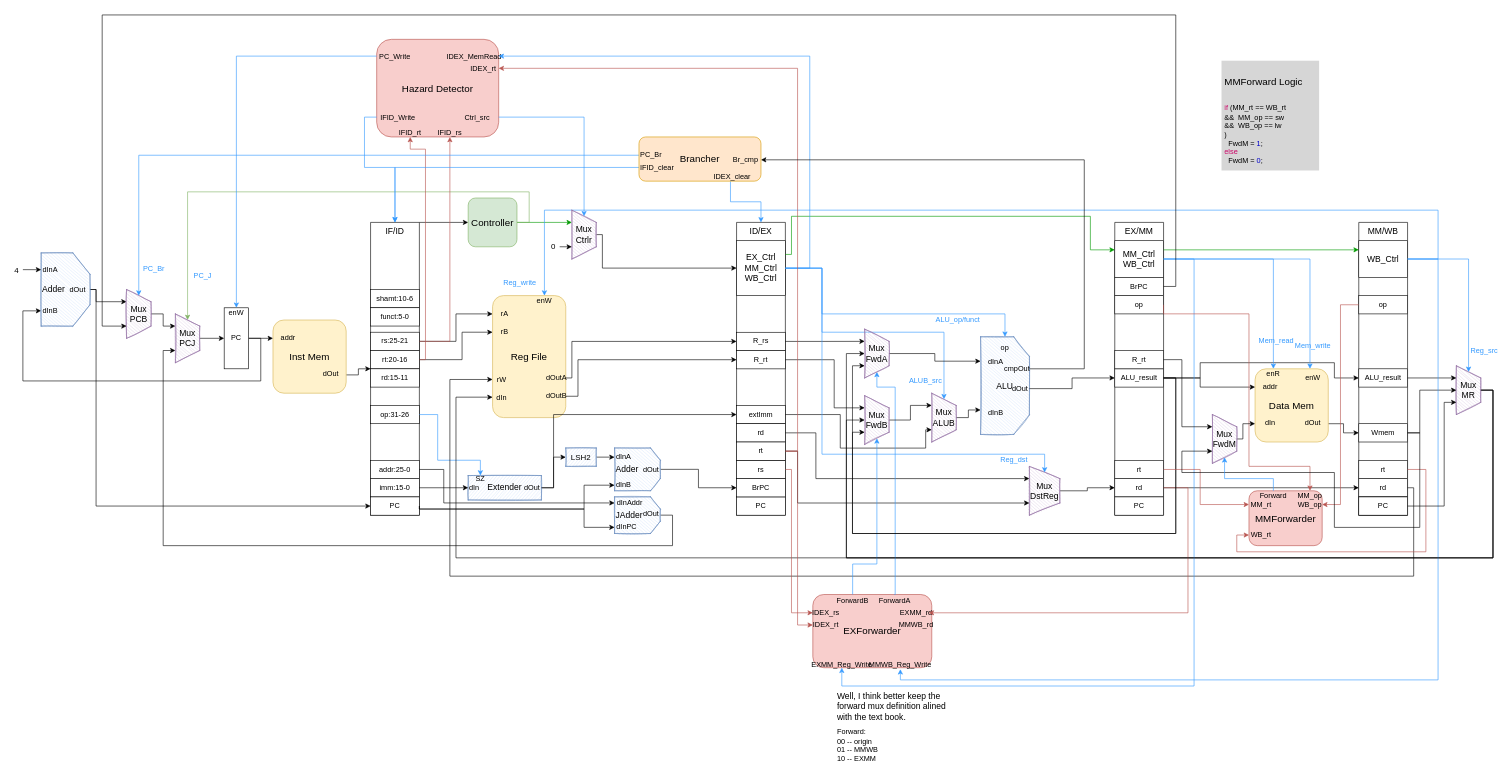
The draw.io diagram page "Datapath" (1 of 5) of DesignFile/MIPS7-Pipelined.drawio in ridethepig/42MIPSPipeline, before the edit. Source tidied: cells renumbered, new cells numbered last; positions are measured from the earlier drawing's top-left corner, leaving out a move shared by most shapes. Both pictures are drawn from the tidied source at 61%, with x=0, y=0 at pixel (10, 15).
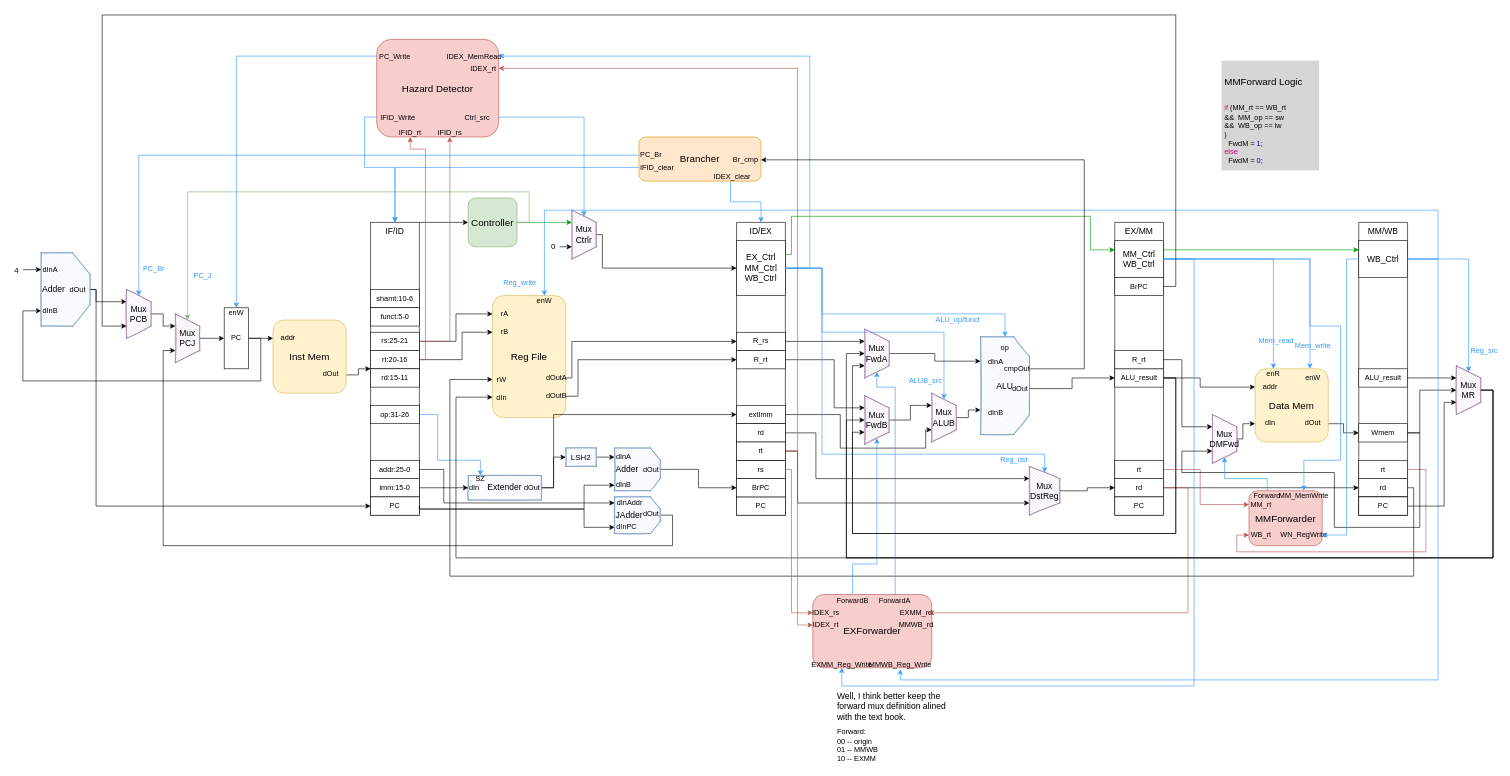
The same page after the edit.

The change refers to these unchanged cells:
```xml
<mxCell id="55" style="swimlane;startSize=0;rounded=0;fontFamily=Ubuntu Mono;fontSize=16;arcSize=32;swimlaneLine=0;" parent="1" vertex="1">
  <mxGeometry x="1810" y="340.1" width="80" height="480" as="geometry" />
</mxCell>
<mxCell id="56" value="MM_Ctrl&lt;br&gt;WB_Ctrl" style="rounded=0;whiteSpace=wrap;html=1;fontFamily=Ubuntu Mono;fontSize=14;" parent="55" vertex="1">
  <mxGeometry y="30" width="80" height="60" as="geometry" />
</mxCell>
<mxCell id="57" value="ALU_result" style="rounded=0;whiteSpace=wrap;html=1;fontFamily=Ubuntu Mono;fontSize=12;align=center;" parent="55" vertex="1">
  <mxGeometry y="240" width="80" height="30" as="geometry" />
</mxCell>
<mxCell id="78" style="swimlane;startSize=0;rounded=0;fontFamily=Ubuntu Mono;fontSize=16;arcSize=32;swimlaneLine=0;" parent="1" vertex="1">
  <mxGeometry x="2210" y="340.1" width="80" height="480" as="geometry" />
</mxCell>
<mxCell id="79" value="WB_Ctrl" style="rounded=0;whiteSpace=wrap;html=1;fontFamily=Ubuntu Mono;fontSize=14;" parent="78" vertex="1">
  <mxGeometry y="30" width="80" height="60" as="geometry" />
</mxCell>
<mxCell id="80" value="ALU_result" style="rounded=0;whiteSpace=wrap;html=1;fontFamily=Ubuntu Mono;fontSize=12;align=center;" parent="78" vertex="1">
  <mxGeometry y="240" width="80" height="30" as="geometry" />
</mxCell>
```

Diff of the diagram source:
```diff
@@
-    <mxCell id="62" value="op" style="rounded=0;whiteSpace=wrap;html=1;fontFamily=Ubuntu Mono;fontSize=12;align=center;" parent="55" vertex="1">
-      <mxGeometry y="120" width="80" height="30" as="geometry" />
-    </mxCell>
@@
-    <mxCell id="86" value="op" style="rounded=0;whiteSpace=wrap;html=1;fontFamily=Ubuntu Mono;fontSize=12;align=center;" parent="78" vertex="1">
-      <mxGeometry y="120" width="80" height="30" as="geometry" />
-    </mxCell>
@@
-    <mxCell id="101" style="edgeStyle=orthogonalEdgeStyle;rounded=0;jettySize=auto;html=1;exitX=1;exitY=0.5;exitDx=0;exitDy=0;entryX=0;entryY=0.5;entryDx=0;entryDy=0;fontFamily=Jetbrains Mono;fontSize=13;fontColor=#000000;strokeColor=#000000;" parent="1" edge="1" source="57" target="80">
-      <mxGeometry relative="1" as="geometry">
-        <Array as="points">
-          <mxPoint x="1950" y="595.1" />
-          <mxPoint x="1950" y="570.1" />
-          <mxPoint x="2170" y="570.1" />
-          <mxPoint x="2170" y="595.1" />
-        </Array>
-      </mxGeometry>
-    </mxCell>
@@
-    <mxCell id="167" value="MM_op" style="text;html=1;strokeColor=none;fillColor=none;align=center;verticalAlign=middle;whiteSpace=wrap;rounded=0;shadow=0;glass=0;sketch=0;fontFamily=Ubuntu Mono;fontSize=12;" parent="1" vertex="1">
-      <mxGeometry x="2110" y="780.1" width="40" height="15" as="geometry" />
+    <mxCell id="167" value="MM_MemWrite" style="text;html=1;strokeColor=none;fillColor=none;align=center;verticalAlign=middle;whiteSpace=wrap;rounded=0;shadow=0;glass=0;sketch=0;fontFamily=Ubuntu Mono;fontSize=12;" parent="1" vertex="1">
+      <mxGeometry x="2085" y="780" width="70" height="15" as="geometry" />
     </mxCell>
-    <mxCell id="168" value="WB_op" style="text;html=1;strokeColor=none;fillColor=none;align=center;verticalAlign=middle;whiteSpace=wrap;rounded=0;shadow=0;glass=0;sketch=0;fontFamily=Ubuntu Mono;fontSize=12;" parent="1" vertex="1">
-      <mxGeometry x="2110" y="795.1" width="40" height="15" as="geometry" />
+    <mxCell id="168" value="WN_RegWrite" style="text;html=1;strokeColor=none;fillColor=none;align=center;verticalAlign=middle;whiteSpace=wrap;rounded=0;shadow=0;glass=0;sketch=0;fontFamily=Ubuntu Mono;fontSize=12;" parent="1" vertex="1">
+      <mxGeometry x="2090" y="845.1" width="60" height="15" as="geometry" />
     </mxCell>
-    <mxCell id="169" style="edgeStyle=orthogonalEdgeStyle;rounded=0;jettySize=auto;html=1;exitX=1;exitY=0.5;exitDx=0;exitDy=0;fontFamily=Helvetica;fontSize=16;strokeColor=#b85450;fillColor=#f8cecc;" parent="1" edge="1" source="62" target="167">
-      <mxGeometry relative="1" as="geometry">
-        <Array as="points">
-          <mxPoint x="1890" y="490" />
-          <mxPoint x="2030" y="490" />
-          <mxPoint x="2030" y="740" />
-          <mxPoint x="2130" y="740" />
-        </Array>
-      </mxGeometry>
-    </mxCell>
-    <mxCell id="170" style="edgeStyle=orthogonalEdgeStyle;rounded=0;jettySize=auto;html=1;exitX=0;exitY=0.5;exitDx=0;exitDy=0;entryX=1;entryY=0.5;entryDx=0;entryDy=0;fontFamily=Helvetica;fontSize=16;strokeColor=#b85450;fillColor=#f8cecc;" parent="1" edge="1" source="86" target="168">
-      <mxGeometry relative="1" as="geometry" />
-    </mxCell>
@@
-    <mxCell id="172" value="Mux&lt;br&gt;FwdM" style="shape=trapezoid;perimeter=trapezoidPerimeter;whiteSpace=wrap;html=1;fixedSize=1;rounded=0;shadow=0;glass=0;sketch=1;fontFamily=Helvetica;fontSize=14;direction=south;fillColor=#e1d5e7;strokeColor=#9673a6;" parent="1" vertex="1">
+    <mxCell id="172" value="Mux&lt;br&gt;DMFwd" style="shape=trapezoid;perimeter=trapezoidPerimeter;whiteSpace=wrap;html=1;fixedSize=1;rounded=0;shadow=0;glass=0;sketch=1;fontFamily=Helvetica;fontSize=14;direction=south;fillColor=#e1d5e7;strokeColor=#9673a6;" parent="1" vertex="1">
       <mxGeometry x="1970" y="655.1" width="40" height="80" as="geometry" />
     </mxCell>
@@
-    <mxCell id="174" style="edgeStyle=orthogonalEdgeStyle;rounded=0;jettySize=auto;html=1;entryX=1;entryY=0.5;entryDx=0;entryDy=0;fontFamily=Helvetica;fontSize=16;strokeColor=#3399FF;fillColor=#dae8fc;" parent="1" edge="1" source="175" target="172">
+    <mxCell id="174" style="edgeStyle=orthogonalEdgeStyle;rounded=0;jettySize=auto;html=1;entryX=1;entryY=0.5;entryDx=0;entryDy=0;fontFamily=Helvetica;fontSize=16;strokeColor=#3399FF;fillColor=#dae8fc;exitX=0.5;exitY=0;exitDx=0;exitDy=0;" parent="1" edge="1" source="175" target="172">
       <mxGeometry relative="1" as="geometry">
         <Array as="points">
-          <mxPoint x="2070" y="760.1" />
-          <mxPoint x="1990" y="760.1" />
+          <mxPoint x="2060" y="760" />
+          <mxPoint x="1990" y="760" />
         </Array>
       </mxGeometry>
     </mxCell>
     <mxCell id="175" value="Forward" style="text;html=1;strokeColor=none;fillColor=none;align=center;verticalAlign=middle;whiteSpace=wrap;rounded=0;shadow=0;glass=0;sketch=0;fontFamily=Ubuntu Mono;fontSize=12;" parent="1" vertex="1">
-      <mxGeometry x="2050" y="780.1" width="40" height="15" as="geometry" />
+      <mxGeometry x="2040" y="780" width="40" height="15" as="geometry" />
     </mxCell>
@@
+    <mxCell id="223" style="edgeStyle=orthogonalEdgeStyle;rounded=0;jettySize=auto;html=1;exitX=1;exitY=0.5;exitDx=0;exitDy=0;entryX=0.5;entryY=0;entryDx=0;entryDy=0;fontSize=14;strokeColor=#3399FF;" parent="1" edge="1" source="56" target="167">
+      <mxGeometry relative="1" as="geometry">
+        <Array as="points">
+          <mxPoint x="2130" y="400" />
+          <mxPoint x="2130" y="510" />
+          <mxPoint x="2180" y="510" />
+          <mxPoint x="2180" y="730" />
+          <mxPoint x="2120" y="730" />
+        </Array>
+      </mxGeometry>
+    </mxCell>
+    <mxCell id="224" style="edgeStyle=orthogonalEdgeStyle;rounded=0;jettySize=auto;html=1;exitX=0;exitY=0.5;exitDx=0;exitDy=0;entryX=1;entryY=0.5;entryDx=0;entryDy=0;fontSize=14;strokeColor=#3399FF;" parent="1" edge="1" source="79" target="168">
+      <mxGeometry relative="1" as="geometry">
+        <Array as="points">
+          <mxPoint x="2190" y="400" />
+          <mxPoint x="2190" y="853" />
+          <mxPoint x="2150" y="853" />
+        </Array>
+      </mxGeometry>
+    </mxCell>
```
